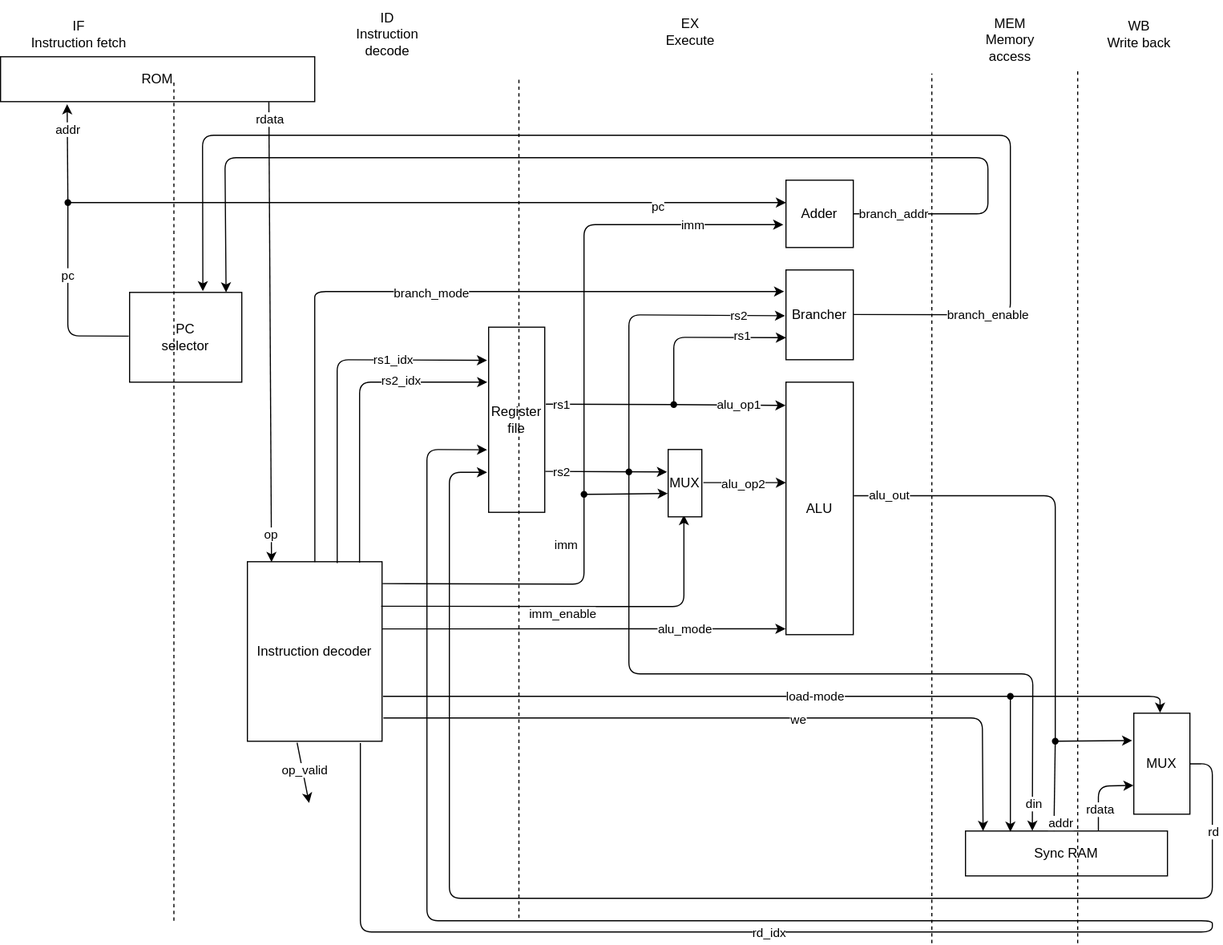
Earlier version of the draw.io export doc/diagram.drawio.svg (ncotti/riscotti-v). Source tidied: cells renumbered, new cells last; positions are measured from the earlier drawing's top-left corner, leaving out a move shared by most shapes.
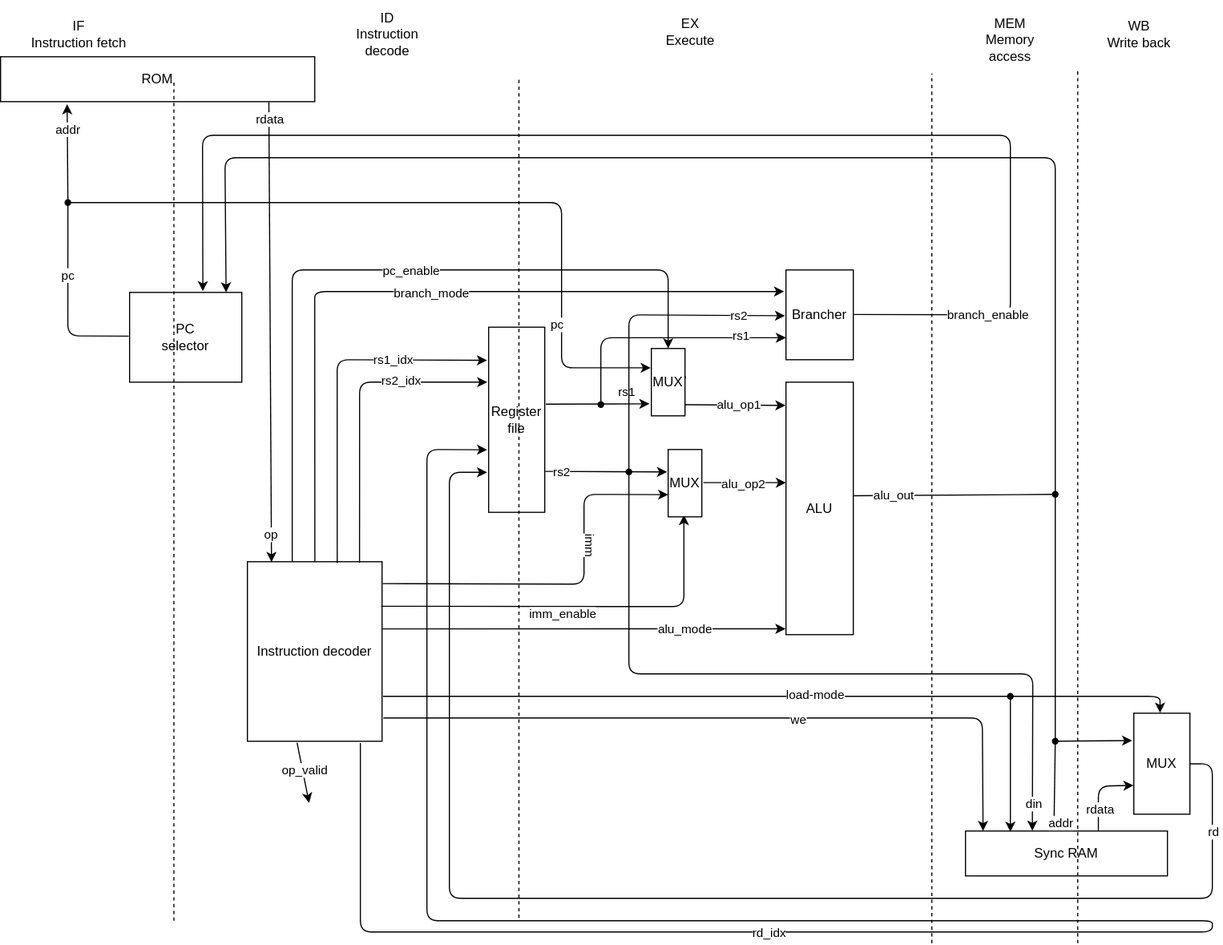
The same diagram one commit later.

The edit, as a diff of the source:
```diff
@@ -24,6 +24,17 @@
         <mxPoint x="-8" y="-1" as="offset" />
       </mxGeometry>
     </mxCell>
+    <mxCell id="89" style="edgeStyle=none;html=1;exitX=0.333;exitY=0.005;exitDx=0;exitDy=0;exitPerimeter=0;entryX=0.5;entryY=0;entryDx=0;entryDy=0;entryPerimeter=0;" parent="1" edge="1" source="6" target="94">
+      <mxGeometry x="-0.5" relative="1" as="geometry">
+        <Array as="points">
+          <mxPoint x="260" y="240" />
+          <mxPoint x="595" y="240" />
+        </Array>
+      </mxGeometry>
+    </mxCell>
+    <mxCell id="90" value="pc_enable" style="edgeLabel;html=1;align=center;verticalAlign=middle;inheritText=1;" parent="89" vertex="1">
+      <mxGeometry x="0.1" relative="1" as="geometry" />
+    </mxCell>
     <mxCell id="6" value="Instruction decoder" style="rounded=0;whiteSpace=wrap;html=1;" parent="1" vertex="1">
       <mxGeometry x="220" y="500" width="120" height="160" as="geometry" />
     </mxCell>
@@ -168,10 +179,11 @@
     <mxCell id="36" value="pc" style="edgeLabel;html=1;align=center;verticalAlign=middle;" parent="35" vertex="1">
       <mxGeometry x="0.25" relative="1" as="geometry" />
     </mxCell>
-    <mxCell id="37" style="edgeStyle=none;html=1;entryX=0;entryY=0.333;entryDx=0;entryDy=0;entryPerimeter=0;" parent="1" edge="1" source="39" target="58">
-      <mxGeometry x="-0.64" relative="1" as="geometry">
+    <mxCell id="37" style="edgeStyle=none;html=1;entryX=-0.016;entryY=0.287;entryDx=0;entryDy=0;entryPerimeter=0;" parent="1" edge="1" source="39" target="94">
+      <mxGeometry x="-0.65" relative="1" as="geometry">
         <Array as="points">
-          <mxPoint x="530" y="180" />
+          <mxPoint x="500" y="180" />
+          <mxPoint x="500" y="327.2" />
         </Array>
       </mxGeometry>
     </mxCell>
@@ -190,11 +202,10 @@
     <mxCell id="41" value="MUX" style="rounded=0;whiteSpace=wrap;html=1;" parent="1" vertex="1">
       <mxGeometry x="595" y="400" width="30" height="60" as="geometry" />
     </mxCell>
-    <mxCell id="42" style="edgeStyle=none;html=1;exitDx=0;exitDy=0;exitPerimeter=0;entryX=-0.011;entryY=0.654;entryDx=0;entryDy=0;entryPerimeter=0;rounded=0;curved=0;" parent="1" edge="1" source="63" target="41">
-      <mxGeometry x="-0.14" relative="1" as="geometry" />
-    </mxCell>
-    <mxCell id="43" style="edgeStyle=none;html=1;endArrow=classic;endFill=1;entryX=-0.007;entryY=0.092;entryDx=0;entryDy=0;entryPerimeter=0;" parent="1" edge="1" source="69" target="13">
-      <mxGeometry relative="1" as="geometry" />
+    <mxCell id="43" style="edgeStyle=none;html=1;endArrow=classic;endFill=1;entryX=-0.007;entryY=0.092;entryDx=0;entryDy=0;entryPerimeter=0;" parent="1" edge="1" target="13">
+      <mxGeometry relative="1" as="geometry">
+        <mxPoint x="600" y="360" as="sourcePoint" />
+      </mxGeometry>
     </mxCell>
     <mxCell id="44" value="alu_op1" style="edgeLabel;html=1;align=center;verticalAlign=middle;" parent="43" vertex="1">
       <mxGeometry x="0.56" y="1" relative="1" as="geometry">
@@ -261,50 +272,29 @@
     <mxCell id="55" value="rdata" style="edgeLabel;html=1;align=center;verticalAlign=middle;" parent="53" vertex="1">
       <mxGeometry x="-0.93" relative="1" as="geometry" />
     </mxCell>
-    <mxCell id="56" style="edgeStyle=none;html=1;exitX=1;exitY=0.499;exitDx=0;exitDy=0;exitPerimeter=0;entryX=0.86;entryY=0;entryDx=0;entryDy=0;entryPerimeter=0;" parent="1" edge="1" source="58" target="11">
-      <mxGeometry x="0.2" relative="1" as="geometry">
+    <mxCell id="56" style="edgeStyle=none;html=1;entryX=0.86;entryY=0;entryDx=0;entryDy=0;entryPerimeter=0;" parent="1" edge="1" source="96" target="11">
+      <mxGeometry x="0.33" relative="1" as="geometry">
         <Array as="points">
-          <mxPoint x="880" y="190" />
+          <mxPoint x="940" y="195" />
+          <mxPoint x="940" y="140" />
           <mxPoint x="880" y="140" />
           <mxPoint x="200" y="140" />
         </Array>
       </mxGeometry>
     </mxCell>
-    <mxCell id="57" value="branch_addr" style="edgeLabel;html=1;align=center;verticalAlign=middle;" parent="56" vertex="1">
-      <mxGeometry x="-0.26" y="-4" relative="1" as="geometry">
-        <mxPoint x="103" y="54" as="offset" />
-      </mxGeometry>
-    </mxCell>
-    <mxCell id="58" value="Adder" style="rounded=0;whiteSpace=wrap;html=1;" parent="1" vertex="1">
-      <mxGeometry x="700" y="160" width="60" height="60" as="geometry" />
-    </mxCell>
-    <mxCell id="59" style="edgeStyle=none;html=1;exitX=1.004;exitY=0.122;exitDx=0;exitDy=0;exitPerimeter=0;entryDx=0;entryDy=0;entryPerimeter=0;rounded=1;curved=0;endArrow=none;endFill=0;" parent="1" edge="1" source="6" target="63">
-      <mxGeometry x="-0.14" relative="1" as="geometry">
+    <mxCell id="59" style="edgeStyle=none;html=1;exitX=1.004;exitY=0.122;exitDx=0;exitDy=0;exitPerimeter=0;rounded=1;curved=0;endArrow=classic;endFill=1;entryX=0.003;entryY=0.671;entryDx=0;entryDy=0;entryPerimeter=0;" parent="1" edge="1" source="6" target="41">
+      <mxGeometry x="-0.33" relative="1" as="geometry">
         <Array as="points">
           <mxPoint x="520" y="520" />
+          <mxPoint x="520" y="440" />
         </Array>
       </mxGeometry>
     </mxCell>
-    <mxCell id="60" value="imm" style="edgeLabel;html=1;align=center;verticalAlign=middle;" parent="59" vertex="1">
-      <mxGeometry x="-0.05" y="1" relative="1" as="geometry">
-        <mxPoint x="40" y="-34" as="offset" />
+    <mxCell id="60" value="imm" style="edgeLabel;html=1;align=center;verticalAlign=middle;rotation=90;" parent="59" vertex="1">
+      <mxGeometry x="-0.26" y="1" relative="1" as="geometry">
+        <mxPoint x="62" y="-34" as="offset" />
       </mxGeometry>
     </mxCell>
-    <mxCell id="61" style="edgeStyle=none;html=1;entryX=-0.04;entryY=0.661;entryDx=0;entryDy=0;entryPerimeter=0;" parent="1" edge="1" source="63" target="58">
-      <mxGeometry x="-0.09" relative="1" as="geometry">
-        <Array as="points">
-          <mxPoint x="520" y="199.7" />
-        </Array>
-      </mxGeometry>
-    </mxCell>
-    <mxCell id="62" value="imm" style="edgeLabel;html=1;align=center;verticalAlign=middle;" parent="61" vertex="1">
-      <mxGeometry x="0.61" y="-1" relative="1" as="geometry">
-        <mxPoint y="-1" as="offset" />
-      </mxGeometry>
-    </mxCell>
-    <mxCell id="63" style="shape=waypoint;sketch=0;fillStyle=solid;size=6;points=[];fillColor=none;perimeter=centerPerimeter;snapToPoint=1;" parent="1" vertex="1">
-      <mxGeometry x="510" y="430" width="20" height="20" as="geometry" />
-    </mxCell>
     <mxCell id="64" style="edgeStyle=none;html=1;exitX=0.996;exitY=0.496;exitDx=0;exitDy=0;exitPerimeter=0;entryX=0.653;entryY=-0.013;entryDx=0;entryDy=0;entryPerimeter=0;" parent="1" edge="1" source="66" target="11">
       <mxGeometry x="0.01" relative="1" as="geometry">
         <Array as="points">
@@ -322,32 +312,31 @@
     <mxCell id="66" value="Brancher" style="rounded=0;whiteSpace=wrap;html=1;" parent="1" vertex="1">
       <mxGeometry x="700" y="240" width="60" height="80" as="geometry" />
     </mxCell>
-    <mxCell id="67" style="edgeStyle=none;html=1;endArrow=none;endFill=0;entryDx=0;entryDy=0;entryPerimeter=0;exitX=1.02;exitY=0.416;exitDx=0;exitDy=0;exitPerimeter=0;" parent="1" edge="1" source="3" target="69">
-      <mxGeometry relative="1" as="geometry" />
+    <mxCell id="67" style="edgeStyle=none;html=1;endArrow=none;endFill=0;entryDx=0;entryDy=0;entryPerimeter=0;exitX=1.02;exitY=0.416;exitDx=0;exitDy=0;exitPerimeter=0;" parent="1" edge="1" source="94">
+      <mxGeometry relative="1" as="geometry">
+        <mxPoint x="600" y="360" as="targetPoint" />
+      </mxGeometry>
     </mxCell>
     <mxCell id="68" value="rs1" style="edgeLabel;html=1;align=center;verticalAlign=middle;" parent="67" vertex="1">
       <mxGeometry x="0.07" relative="1" as="geometry">
         <mxPoint x="-47" as="offset" />
       </mxGeometry>
     </mxCell>
-    <mxCell id="69" style="shape=waypoint;sketch=0;fillStyle=solid;size=6;points=[];fillColor=none;perimeter=centerPerimeter;snapToPoint=1;" parent="1" vertex="1">
-      <mxGeometry x="590" y="350" width="20" height="20" as="geometry" />
-    </mxCell>
     <mxCell id="70" style="endArrow=none;dashed=1;html=1;" parent="1" edge="1">
       <mxGeometry relative="1" as="geometry">
         <mxPoint x="830" y="840" as="sourcePoint" />
         <mxPoint x="830" y="65" as="targetPoint" />
       </mxGeometry>
     </mxCell>
-    <mxCell id="71" style="edgeStyle=none;html=1;entryX=0;entryY=0.755;entryDx=0;entryDy=0;entryPerimeter=0;" parent="1" edge="1" source="69" target="66">
-      <mxGeometry x="-0.24" relative="1" as="geometry">
+    <mxCell id="71" style="edgeStyle=none;html=1;entryX=0;entryY=0.755;entryDx=0;entryDy=0;entryPerimeter=0;" parent="1" edge="1" source="92" target="66">
+      <mxGeometry x="0.11" relative="1" as="geometry">
         <Array as="points">
-          <mxPoint x="600" y="300" />
+          <mxPoint x="535" y="300.4" />
         </Array>
       </mxGeometry>
     </mxCell>
     <mxCell id="72" value="rs1" style="edgeLabel;html=1;align=center;verticalAlign=middle;" parent="71" vertex="1">
-      <mxGeometry x="0.19" y="1" relative="1" as="geometry">
+      <mxGeometry x="0.42" y="1" relative="1" as="geometry">
         <mxPoint x="25" y="-1" as="offset" />
       </mxGeometry>
     </mxCell>
@@ -369,19 +358,13 @@
     <mxCell id="76" value="MUX" style="rounded=0;whiteSpace=wrap;html=1;" parent="1" vertex="1">
       <mxGeometry x="1010" y="635" width="50" height="90" as="geometry" />
     </mxCell>
-    <mxCell id="77" style="edgeStyle=none;html=1;entryDx=0;entryDy=0;entryPerimeter=0;exitX=1.008;exitY=0.45;exitDx=0;exitDy=0;exitPerimeter=0;endArrow=none;endFill=0;" parent="1" edge="1" source="13" target="79">
+    <mxCell id="77" style="edgeStyle=none;html=1;entryDx=0;entryDy=0;entryPerimeter=0;exitDx=0;exitDy=0;exitPerimeter=0;endArrow=none;endFill=0;" parent="1" edge="1" source="96" target="79">
       <mxGeometry x="0.2" relative="1" as="geometry">
         <Array as="points">
-          <mxPoint x="940" y="441.2" />
           <mxPoint x="940" y="605" />
         </Array>
       </mxGeometry>
     </mxCell>
-    <mxCell id="78" value="alu_out" style="edgeLabel;html=1;align=center;verticalAlign=middle;" parent="77" vertex="1">
-      <mxGeometry x="-0.88" y="2" relative="1" as="geometry">
-        <mxPoint x="8" y="1" as="offset" />
-      </mxGeometry>
-    </mxCell>
     <mxCell id="79" style="shape=waypoint;sketch=0;fillStyle=solid;size=6;points=[];fillColor=none;perimeter=centerPerimeter;snapToPoint=1;" parent="1" vertex="1">
       <mxGeometry x="930" y="650" width="20" height="20" as="geometry" />
     </mxCell>
@@ -424,5 +407,30 @@
     <mxCell id="88" value="op_valid" style="edgeLabel;html=1;align=center;verticalAlign=middle;" parent="87" vertex="1">
       <mxGeometry x="-0.1" y="1" relative="1" as="geometry" />
     </mxCell>
+    <mxCell id="91" style="edgeStyle=none;html=1;entryDx=0;entryDy=0;entryPerimeter=0;" parent="1" edge="1" target="92">
+      <mxGeometry x="0.11" relative="1" as="geometry">
+        <mxPoint x="535" y="360" as="sourcePoint" />
+      </mxGeometry>
+    </mxCell>
+    <mxCell id="92" style="shape=waypoint;sketch=0;fillStyle=solid;size=6;points=[];fillColor=none;perimeter=centerPerimeter;snapToPoint=1;" parent="1" vertex="1">
+      <mxGeometry x="525" y="350" width="20" height="20" as="geometry" />
+    </mxCell>
+    <mxCell id="93" style="edgeStyle=none;html=1;endArrow=classic;endFill=1;entryDx=0;entryDy=0;entryPerimeter=0;exitX=1.02;exitY=0.416;exitDx=0;exitDy=0;exitPerimeter=0;entryX=-0.056;entryY=0.822;" parent="1" edge="1" source="3" target="94">
+      <mxGeometry relative="1" as="geometry" />
+    </mxCell>
+    <mxCell id="94" value="MUX" style="rounded=0;whiteSpace=wrap;html=1;" parent="1" vertex="1">
+      <mxGeometry x="580" y="310" width="30" height="60" as="geometry" />
+    </mxCell>
+    <mxCell id="95" style="edgeStyle=none;html=1;entryDx=0;entryDy=0;entryPerimeter=0;exitX=1.008;exitY=0.45;exitDx=0;exitDy=0;exitPerimeter=0;endArrow=none;endFill=0;" parent="1" edge="1" source="13" target="96">
+      <mxGeometry x="0.2" relative="1" as="geometry" />
+    </mxCell>
+    <mxCell id="78" value="alu_out" style="edgeLabel;html=1;align=center;verticalAlign=middle;" parent="95" vertex="1">
+      <mxGeometry x="-0.88" y="2" relative="1" as="geometry">
+        <mxPoint x="25" y="1" as="offset" />
+      </mxGeometry>
+    </mxCell>
+    <mxCell id="96" style="shape=waypoint;sketch=0;fillStyle=solid;size=6;points=[];fillColor=none;perimeter=centerPerimeter;snapToPoint=1;" parent="1" vertex="1">
+      <mxGeometry x="930" y="430" width="20" height="20" as="geometry" />
+    </mxCell>
   </root>
 </mxGraphModel>
```
